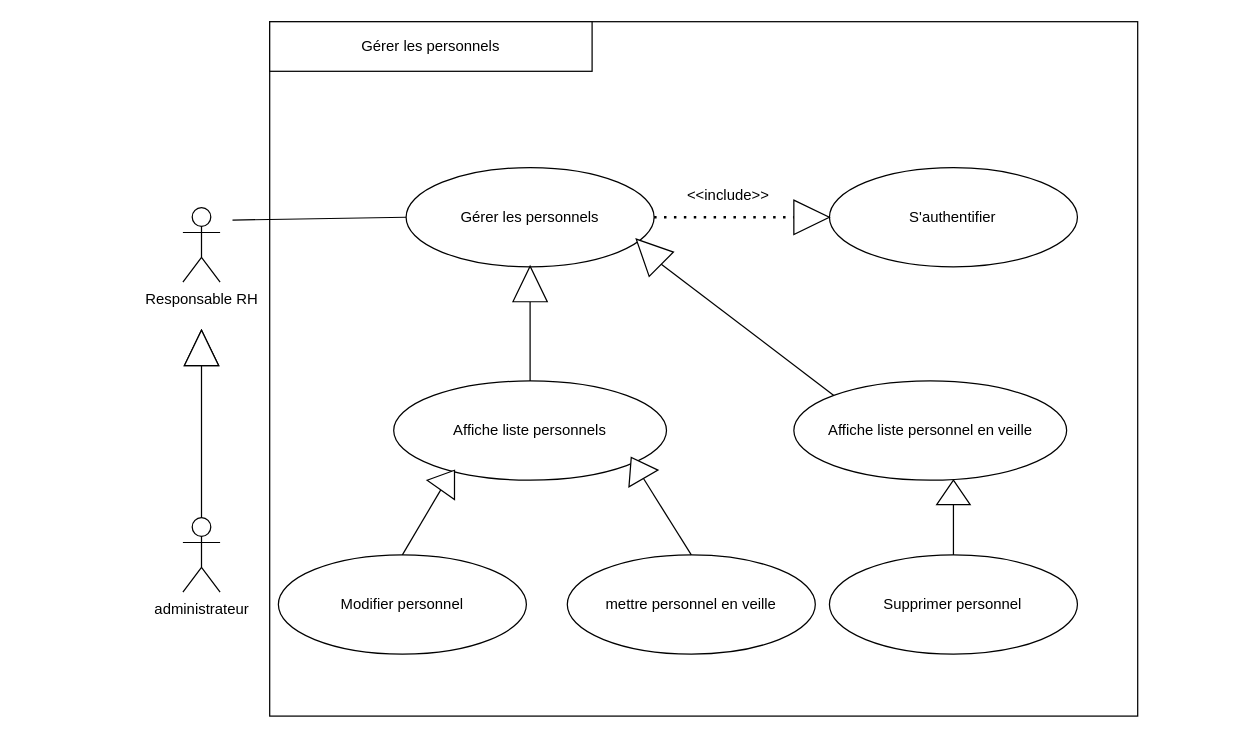
Before: cuGéreRessourcesHumaine.drawio in AbdelazizBs/GPAO-SpringApp, a draw.io diagram. Source tidied: cells renumbered, new cells numbered last; positions are measured from the earlier drawing's top-left corner, leaving out a move shared by most shapes. Both pictures are drawn from the tidied source at 124%, with x=0, y=0 at pixel (182, 21).
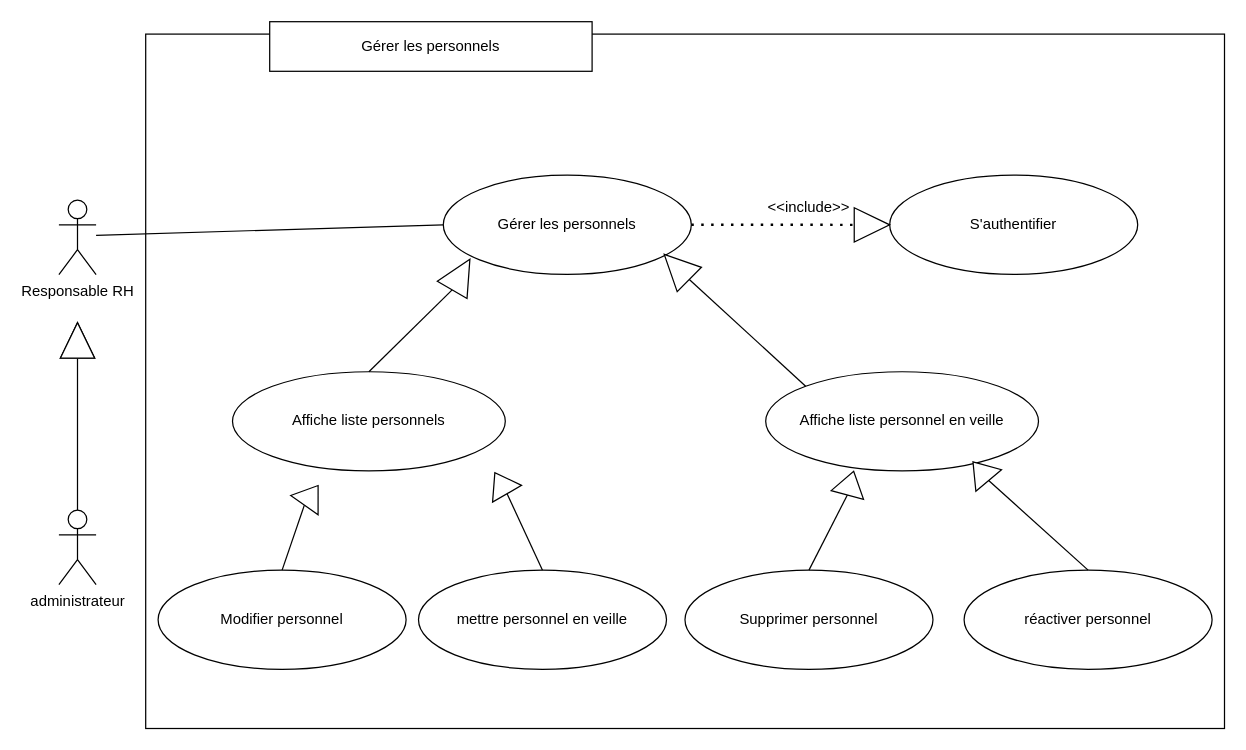
Above is the later version.

Commit message:
Mettre à jour cuGéreRessourcesHumaine.drawio

Change to the diagram source:
```diff
@@
     <mxCell id="2" style="rounded=0;whiteSpace=wrap;html=1;" parent="1" vertex="1">
-      <mxGeometry x="70" width="700" height="560" as="geometry" />
+      <mxGeometry x="-30" y="10" width="870" height="560" as="geometry" />
     </mxCell>
     <mxCell id="3" value="Responsable RH" style="shape=umlActor;verticalLabelPosition=bottom;verticalAlign=top;html=1;" parent="1" vertex="1">
-      <mxGeometry y="150" width="30" height="60" as="geometry" />
+      <mxGeometry x="-100" y="143.9" width="30" height="60" as="geometry" />
     </mxCell>
     <mxCell id="4" value="administrateur" style="shape=umlActor;verticalLabelPosition=bottom;verticalAlign=top;html=1;outlineConnect=0;" parent="1" vertex="1">
-      <mxGeometry y="400" width="30" height="60" as="geometry" />
+      <mxGeometry x="-100" y="393.9" width="30" height="60" as="geometry" />
     </mxCell>
     <mxCell id="5" value="Gérer les personnels" style="ellipse;whiteSpace=wrap;html=1;" parent="1" vertex="1">
-      <mxGeometry x="180" y="117.7" width="200" height="80" as="geometry" />
+      <mxGeometry x="210" y="123.8" width="200" height="80" as="geometry" />
     </mxCell>
     <mxCell id="6" style="endArrow=none;html=1;rounded=0;entryX=0;entryY=0.5;entryDx=0;entryDy=0;" parent="1" edge="1" target="5">
       <mxGeometry relative="1" as="geometry">
-        <mxPoint x="40" y="160" as="sourcePoint" />
+        <mxPoint x="-70" y="172.3" as="sourcePoint" />
       </mxGeometry>
     </mxCell>
     <mxCell id="7" value="S'authentifier" style="ellipse;whiteSpace=wrap;html=1;" parent="1" vertex="1">
-      <mxGeometry x="521.4" y="117.7" width="200" height="80" as="geometry" />
+      <mxGeometry x="570" y="123.8" width="200" height="80" as="geometry" />
     </mxCell>
     <mxCell id="8" value="Affiche liste personnels" style="ellipse;whiteSpace=wrap;html=1;" parent="1" vertex="1">
-      <mxGeometry x="170" y="289.7" width="220" height="80" as="geometry" />
+      <mxGeometry x="40" y="282.3" width="220" height="80" as="geometry" />
     </mxCell>
     <mxCell id="9" style="triangle;whiteSpace=wrap;html=1;rotation=-90;" parent="1" vertex="1">
-      <mxGeometry x="0.7" y="249.3" width="28.6" height="27.7" as="geometry" />
+      <mxGeometry x="-99.3" y="243.2" width="28.6" height="27.7" as="geometry" />
     </mxCell>
@@
     <mxCell id="11" style="triangle;whiteSpace=wrap;html=1;rotation=-90;" parent="1" vertex="1">
-      <mxGeometry x="0.7" y="249.3" width="28.6" height="27.7" as="geometry" />
+      <mxGeometry x="-99.3" y="243.2" width="28.6" height="27.7" as="geometry" />
     </mxCell>
@@
     <mxCell id="13" value="Modifier personnel" style="ellipse;whiteSpace=wrap;html=1;" parent="1" vertex="1">
-      <mxGeometry x="77" y="430" width="200" height="80" as="geometry" />
+      <mxGeometry x="-20" y="442.3" width="200" height="80" as="geometry" />
     </mxCell>
@@
     <mxCell id="15" style="triangle;whiteSpace=wrap;html=1;rotation=0;" parent="1" vertex="1">
-      <mxGeometry x="492.7" y="143.9" width="28.6" height="27.7" as="geometry" />
+      <mxGeometry x="541.4" y="150" width="28.6" height="27.7" as="geometry" />
     </mxCell>
     <mxCell id="16" value="&amp;lt;&amp;lt;include&amp;gt;&amp;gt;" style="text;html=1;strokeColor=none;fillColor=none;align=center;verticalAlign=middle;whiteSpace=wrap;rounded=0;" parent="1" vertex="1">
-      <mxGeometry x="420" y="130" width="40" height="20" as="geometry" />
+      <mxGeometry x="484.9" y="140" width="40" height="20" as="geometry" />
     </mxCell>
@@
     <mxCell id="19" style="triangle;whiteSpace=wrap;html=1;rotation=-145;direction=south;" parent="1" vertex="1">
-      <mxGeometry x="200" y="360" width="27" height="19.3" as="geometry" />
+      <mxGeometry x="90" y="372.3" width="27" height="19.3" as="geometry" />
     </mxCell>
     <mxCell id="20" value="mettre personnel en veille" style="ellipse;whiteSpace=wrap;html=1;" parent="1" vertex="1">
-      <mxGeometry x="310" y="430" width="200" height="80" as="geometry" />
+      <mxGeometry x="190" y="442.3" width="200" height="80" as="geometry" />
     </mxCell>
@@
     <mxCell id="22" style="triangle;whiteSpace=wrap;html=1;rotation=-210;direction=south;" parent="1" vertex="1">
-      <mxGeometry x="353" y="350" width="27" height="19.7" as="geometry" />
+      <mxGeometry x="243" y="362.3" width="27" height="19.7" as="geometry" />
     </mxCell>
-    <mxCell id="23" style="triangle;whiteSpace=wrap;html=1;rotation=-90;" parent="1" vertex="1">
-      <mxGeometry x="265.7" y="197.7" width="28.6" height="27.7" as="geometry" />
+    <mxCell id="23" style="triangle;whiteSpace=wrap;html=1;rotation=-60;" parent="1" vertex="1">
+      <mxGeometry x="210" y="190" width="28.6" height="27.7" as="geometry" />
     </mxCell>
     <mxCell id="24" value="Affiche liste personnel en veille" style="ellipse;whiteSpace=wrap;html=1;" parent="1" vertex="1">
-      <mxGeometry x="492.7" y="289.7" width="220" height="80" as="geometry" />
+      <mxGeometry x="470" y="282.3" width="220" height="80" as="geometry" />
     </mxCell>
     <mxCell id="25" style="triangle;whiteSpace=wrap;html=1;rotation=-135;" parent="1" vertex="1">
-      <mxGeometry x="361.4" y="171.6" width="28.6" height="27.7" as="geometry" />
+      <mxGeometry x="384" y="183.9" width="28.6" height="27.7" as="geometry" />
     </mxCell>
@@
     <mxCell id="27" value="Supprimer personnel" style="ellipse;whiteSpace=wrap;html=1;" parent="1" vertex="1">
-      <mxGeometry x="521.4" y="430" width="200" height="80" as="geometry" />
+      <mxGeometry x="404.9" y="442.3" width="200" height="80" as="geometry" />
     </mxCell>
-    <mxCell id="28" style="triangle;whiteSpace=wrap;html=1;rotation=-180;direction=south;" parent="1" vertex="1">
-      <mxGeometry x="607.9" y="369.7" width="27" height="19.7" as="geometry" />
+    <mxCell id="28" style="triangle;whiteSpace=wrap;html=1;rotation=-165;direction=south;" parent="1" vertex="1">
+      <mxGeometry x="524.9" y="362.3" width="27" height="19.7" as="geometry" />
     </mxCell>
@@
+    <mxCell id="30" value="réactiver personnel" style="ellipse;whiteSpace=wrap;html=1;" parent="1" vertex="1">
+      <mxGeometry x="630" y="442.3" width="200" height="80" as="geometry" />
+    </mxCell>
+    <mxCell id="31" style="triangle;whiteSpace=wrap;html=1;rotation=-220;direction=south;" parent="1" vertex="1">
+      <mxGeometry x="630" y="352.6" width="27" height="19.7" as="geometry" />
+    </mxCell>
+    <mxCell id="32" style="endArrow=none;html=1;rounded=0;entryX=0;entryY=0.5;entryDx=0;entryDy=0;exitX=0.5;exitY=0;exitDx=0;exitDy=0;" parent="1" edge="1" source="30" target="31">
+      <mxGeometry relative="1" as="geometry" />
+    </mxCell>
```
